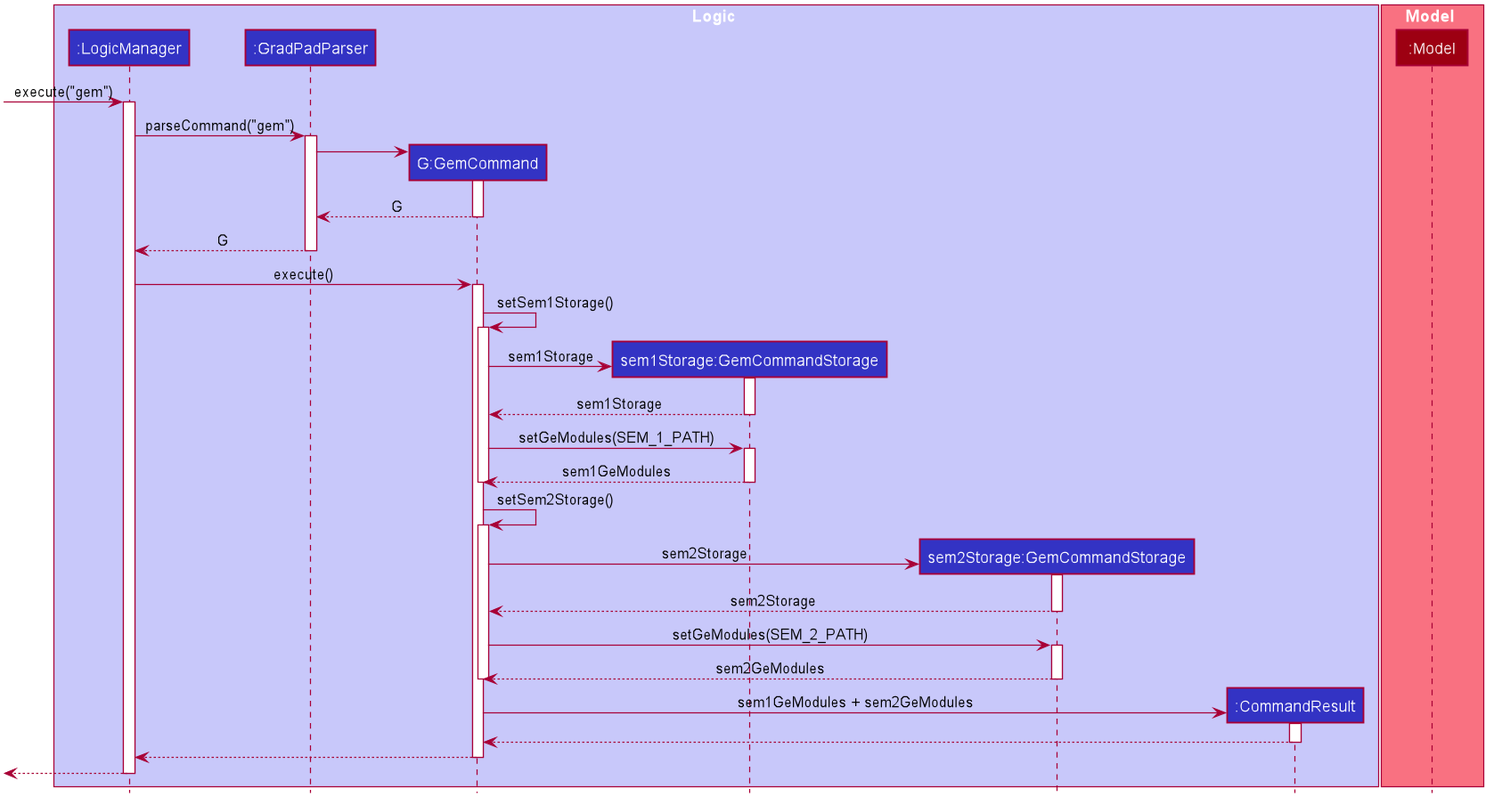
yan-soon/tp keeps this PlantUML diagram as docs/images/GemSequenceDiagram.png. Above is the earlier version.
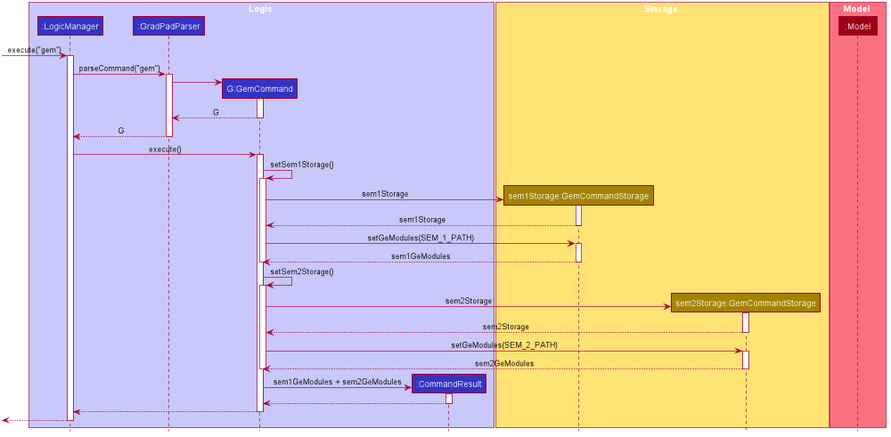
Above is the later version.

Commit message:
update seq diagrams to include storage component

The edit, as a diff of the source:
```diff
@@ -53,9 +53,12 @@
 participant ":LogicManager" as LogicManager #3333C4
 participant ":GradPadParser" as GradPadParser #3333C4
 participant "G:GemCommand" as GemCommand #3333C4
-participant "sem1Storage:GemCommandStorage" as GemCommandStorage #3333C4
-participant "sem2Storage:GemCommandStorage" as GemCommandStorage2 #3333C4
 participant ":CommandResult" as CommandResult #3333C4
+end box
+
+box Storage #FFE374
+participant "sem1Storage:GemCommandStorage" as GemCommandStorage #A38300
+participant "sem2Storage:GemCommandStorage" as GemCommandStorage2 #A38300
 end box
 
 box Model #F97181
```
